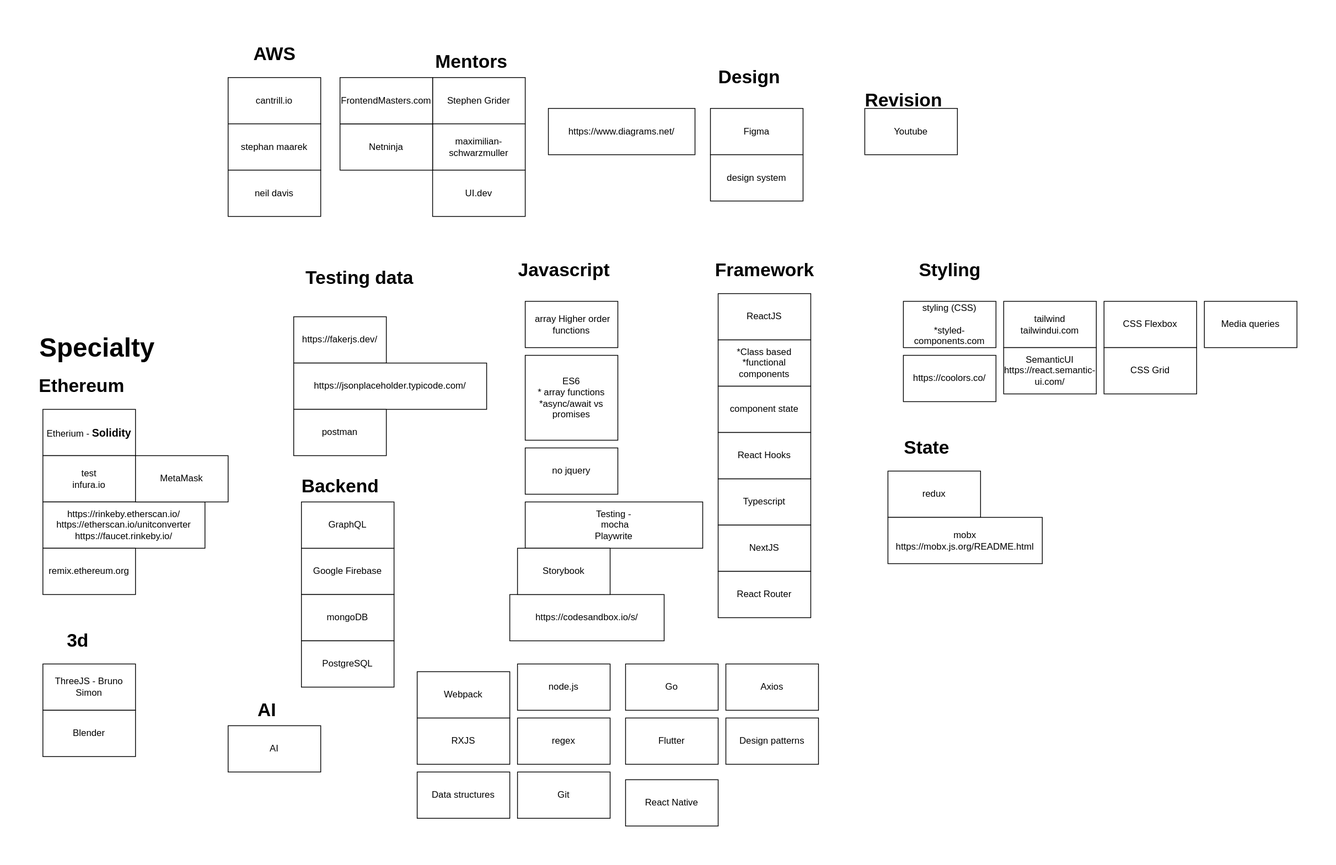
This is techstack.drawio.svg from swagfinger/swagfinger-diagrams, a draw.io export, as it was before one commit. Source tidied: cells renumbered, new cells last; positions are measured from the earlier drawing's top-left corner, leaving out a move shared by most shapes.
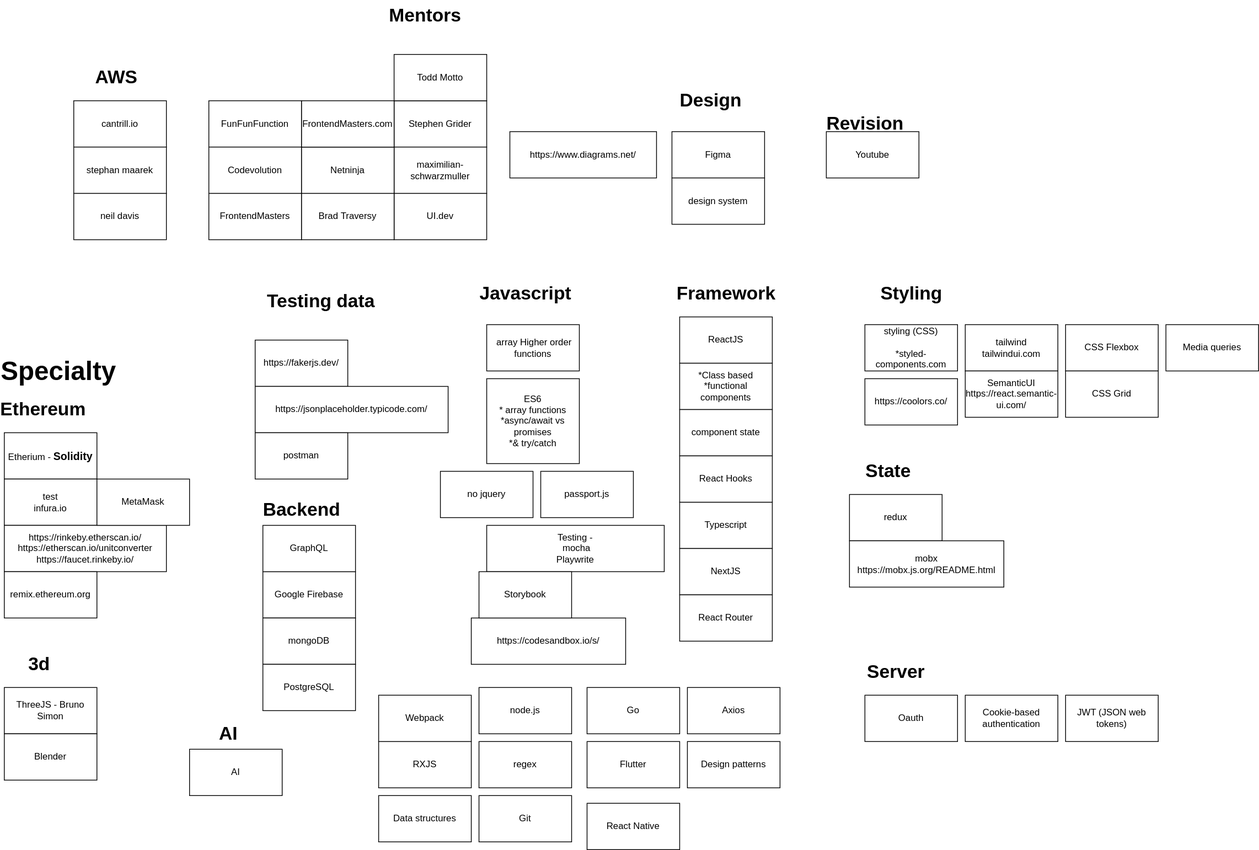
After the commit.

Commit message:
adding more diagrams for learning

The edit, as a diff of the source:
```diff
@@ -29,7 +29,7 @@
     <mxCell id="10" value="*Class based&lt;br&gt;*functional components" style="rounded=0;whiteSpace=wrap;html=1;align=center;" parent="1" vertex="1">
       <mxGeometry x="880" y="390" width="120" height="60" as="geometry" />
     </mxCell>
-    <mxCell id="11" value="ES6&lt;br&gt;* array functions&lt;br&gt;*async/await vs promises" style="rounded=0;whiteSpace=wrap;html=1;" parent="1" vertex="1">
+    <mxCell id="11" value="ES6&lt;br&gt;* array functions&lt;br&gt;*async/await vs promises&lt;br&gt;*&amp;amp; try/catch" style="rounded=0;whiteSpace=wrap;html=1;" parent="1" vertex="1">
       <mxGeometry x="630" y="410" width="120" height="110" as="geometry" />
     </mxCell>
     <mxCell id="12" value="component state" style="rounded=0;whiteSpace=wrap;html=1;" parent="1" vertex="1">
@@ -51,7 +51,7 @@
       <mxGeometry x="1250" y="400" width="120" height="60" as="geometry" />
     </mxCell>
     <mxCell id="18" value="no jquery" style="rounded=0;whiteSpace=wrap;html=1;" parent="1" vertex="1">
-      <mxGeometry x="630" y="530" width="120" height="60" as="geometry" />
+      <mxGeometry x="570" y="530" width="120" height="60" as="geometry" />
     </mxCell>
     <mxCell id="19" value="&lt;a href=&quot;https://react-redux.js.org/&quot;&gt;redux&lt;/a&gt;" style="rounded=0;whiteSpace=wrap;html=1;" parent="1" vertex="1">
       <mxGeometry x="1100" y="560" width="120" height="60" as="geometry" />
@@ -93,7 +93,7 @@
       <mxGeometry x="330" y="420" width="250" height="60" as="geometry" />
     </mxCell>
     <mxCell id="32" value="AWS" style="text;strokeColor=none;fillColor=none;html=1;fontSize=24;fontStyle=1;verticalAlign=middle;align=center;" parent="1" vertex="1">
-      <mxGeometry x="255" width="100" height="40" as="geometry" />
+      <mxGeometry x="100" width="100" height="40" as="geometry" />
     </mxCell>
     <mxCell id="33" value="Google Firebase" style="rounded=0;whiteSpace=wrap;html=1;" parent="1" vertex="1">
       <mxGeometry x="340" y="660" width="120" height="60" as="geometry" />
@@ -102,16 +102,16 @@
       <mxGeometry x="340" y="560" width="100" height="40" as="geometry" />
     </mxCell>
     <mxCell id="35" value="&lt;a href=&quot;cantrill.io&quot;&gt;cantrill.io&lt;/a&gt;" style="rounded=0;whiteSpace=wrap;html=1;" parent="1" vertex="1">
-      <mxGeometry x="245" y="50" width="120" height="60" as="geometry" />
+      <mxGeometry x="95" y="50" width="120" height="60" as="geometry" />
     </mxCell>
     <mxCell id="36" value="&lt;a href=&quot;https://www.udemy.com/user/stephane-maarek/&quot;&gt;stephan maarek&lt;/a&gt;" style="rounded=0;whiteSpace=wrap;html=1;" parent="1" vertex="1">
-      <mxGeometry x="245" y="110" width="120" height="60" as="geometry" />
+      <mxGeometry x="95" y="110" width="120" height="60" as="geometry" />
     </mxCell>
     <mxCell id="37" value="&lt;a href=&quot;https://www.udemy.com/user/63f4a578-c67a-456b-916c-ddadf73e9a26/&quot;&gt;neil davis&lt;/a&gt;" style="rounded=0;whiteSpace=wrap;html=1;" parent="1" vertex="1">
-      <mxGeometry x="245" y="170" width="120" height="60" as="geometry" />
+      <mxGeometry x="95" y="170" width="120" height="60" as="geometry" />
     </mxCell>
     <mxCell id="38" value="Mentors" style="text;strokeColor=none;fillColor=none;html=1;fontSize=24;fontStyle=1;verticalAlign=middle;align=center;" parent="1" vertex="1">
-      <mxGeometry x="510" y="10" width="100" height="40" as="geometry" />
+      <mxGeometry x="500" y="-80" width="100" height="40" as="geometry" />
     </mxCell>
     <mxCell id="39" value="&lt;a href=&quot;https://www.udemy.com/user/sgslo/&quot;&gt;Stephen Grider&lt;/a&gt;" style="rounded=0;whiteSpace=wrap;html=1;" parent="1" vertex="1">
       <mxGeometry x="510" y="50" width="120" height="60" as="geometry" />
@@ -224,5 +224,35 @@
     <mxCell id="75" value="design system" style="rounded=0;whiteSpace=wrap;html=1;" parent="1" vertex="1">
       <mxGeometry x="870" y="150" width="120" height="60" as="geometry" />
     </mxCell>
+    <mxCell id="76" value="Brad&amp;nbsp;Traversy" style="rounded=0;whiteSpace=wrap;html=1;" parent="1" vertex="1">
+      <mxGeometry x="390" y="170" width="120" height="60" as="geometry" />
+    </mxCell>
+    <mxCell id="77" value="FunFunFunction" style="rounded=0;whiteSpace=wrap;html=1;" parent="1" vertex="1">
+      <mxGeometry x="270" y="50" width="120" height="60" as="geometry" />
+    </mxCell>
+    <mxCell id="78" value="Codevolution" style="rounded=0;whiteSpace=wrap;html=1;" parent="1" vertex="1">
+      <mxGeometry x="270" y="110" width="120" height="60" as="geometry" />
+    </mxCell>
+    <mxCell id="79" value="FrontendMasters" style="rounded=0;whiteSpace=wrap;html=1;" parent="1" vertex="1">
+      <mxGeometry x="270" y="170" width="120" height="60" as="geometry" />
+    </mxCell>
+    <mxCell id="80" value="Todd Motto" style="rounded=0;whiteSpace=wrap;html=1;" parent="1" vertex="1">
+      <mxGeometry x="510" y="-10" width="120" height="60" as="geometry" />
+    </mxCell>
+    <mxCell id="81" value="Server" style="text;strokeColor=none;fillColor=none;html=1;fontSize=24;fontStyle=1;verticalAlign=middle;align=center;" parent="1" vertex="1">
+      <mxGeometry x="1110" y="770" width="100" height="40" as="geometry" />
+    </mxCell>
+    <mxCell id="82" value="Oauth" style="rounded=0;whiteSpace=wrap;html=1;" parent="1" vertex="1">
+      <mxGeometry x="1120" y="820" width="120" height="60" as="geometry" />
+    </mxCell>
+    <mxCell id="83" value="Cookie-based authentication" style="rounded=0;whiteSpace=wrap;html=1;" parent="1" vertex="1">
+      <mxGeometry x="1250" y="820" width="120" height="60" as="geometry" />
+    </mxCell>
+    <mxCell id="84" value="passport.js" style="rounded=0;whiteSpace=wrap;html=1;" parent="1" vertex="1">
+      <mxGeometry x="700" y="530" width="120" height="60" as="geometry" />
+    </mxCell>
+    <mxCell id="85" value="JWT (JSON web tokens)" style="rounded=0;whiteSpace=wrap;html=1;" parent="1" vertex="1">
+      <mxGeometry x="1380" y="820" width="120" height="60" as="geometry" />
+    </mxCell>
   </root>
 </mxGraphModel>
```
